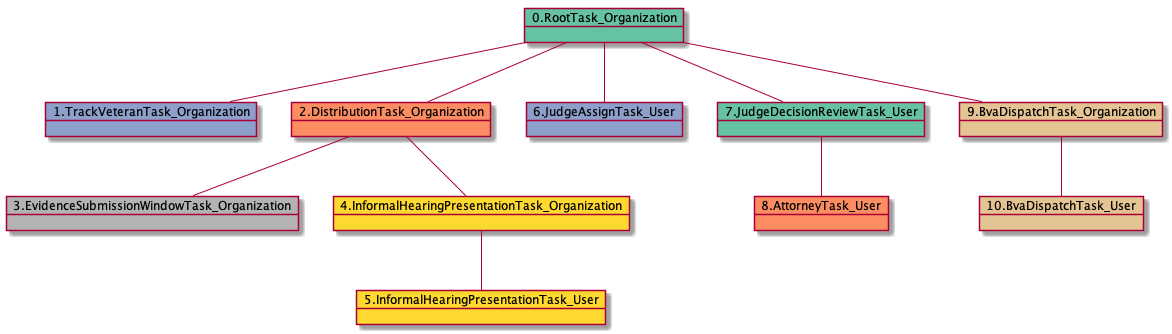
yoomlam/graphing keeps this PlantUML diagram as docs-ES/uml/RTO.TVTO.DTO.ESWTO.IHPTO.IHPTU.JATU.JDRTU.ATU-15370.png. Above is the earlier version. Source of this version:
```plantuml
@startuml
object 0.RootTask_Organization #66c2a5
object 1.TrackVeteranTask_Organization #8da0cb
object 2.DistributionTask_Organization #fc8d62
object 3.EvidenceSubmissionWindowTask_Organization #b3b3b3
object 4.InformalHearingPresentationTask_Organization #ffd92f
object 5.InformalHearingPresentationTask_User #ffd92f
object 6.JudgeAssignTask_User #8da0cb
object 7.JudgeDecisionReviewTask_User #66c2a5
object 8.AttorneyTask_User #fc8d62
object 9.BvaDispatchTask_Organization #e5c494
object 10.BvaDispatchTask_User #e5c494
0.RootTask_Organization -- 1.TrackVeteranTask_Organization
0.RootTask_Organization -- 2.DistributionTask_Organization
2.DistributionTask_Organization -- 3.EvidenceSubmissionWindowTask_Organization
2.DistributionTask_Organization -- 4.InformalHearingPresentationTask_Organization
4.InformalHearingPresentationTask_Organization -- 5.InformalHearingPresentationTask_User
0.RootTask_Organization -- 6.JudgeAssignTask_User
0.RootTask_Organization -- 7.JudgeDecisionReviewTask_User
7.JudgeDecisionReviewTask_User -- 8.AttorneyTask_User
0.RootTask_Organization -- 9.BvaDispatchTask_Organization
9.BvaDispatchTask_Organization -- 10.BvaDispatchTask_User
@enduml
```
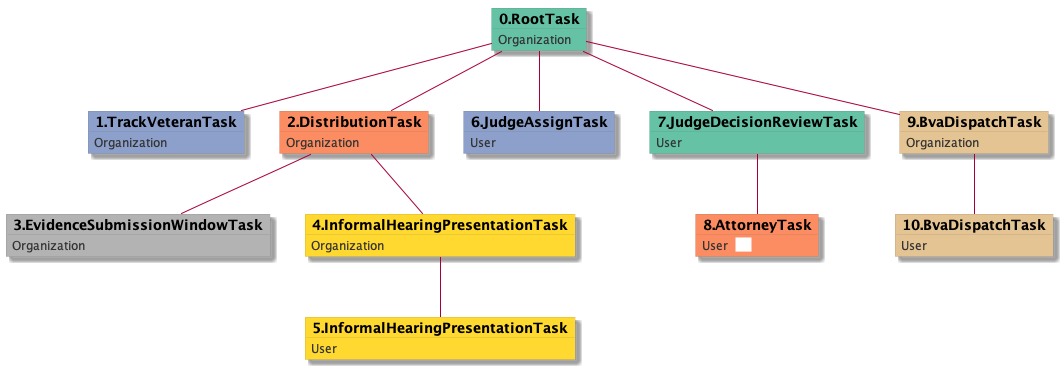
Above is the later version.

What changed in the source:
```diff
@@ -1,23 +1,53 @@
 @startuml
-object 0.RootTask_Organization #66c2a5
-object 1.TrackVeteranTask_Organization #8da0cb
-object 2.DistributionTask_Organization #fc8d62
-object 3.EvidenceSubmissionWindowTask_Organization #b3b3b3
-object 4.InformalHearingPresentationTask_Organization #ffd92f
-object 5.InformalHearingPresentationTask_User #ffd92f
-object 6.JudgeAssignTask_User #8da0cb
-object 7.JudgeDecisionReviewTask_User #66c2a5
-object 8.AttorneyTask_User #fc8d62
-object 9.BvaDispatchTask_Organization #e5c494
-object 10.BvaDispatchTask_User #e5c494
-0.RootTask_Organization -- 1.TrackVeteranTask_Organization
-0.RootTask_Organization -- 2.DistributionTask_Organization
-2.DistributionTask_Organization -- 3.EvidenceSubmissionWindowTask_Organization
-2.DistributionTask_Organization -- 4.InformalHearingPresentationTask_Organization
-4.InformalHearingPresentationTask_Organization -- 5.InformalHearingPresentationTask_User
-0.RootTask_Organization -- 6.JudgeAssignTask_User
-0.RootTask_Organization -- 7.JudgeDecisionReviewTask_User
-7.JudgeDecisionReviewTask_User -- 8.AttorneyTask_User
-0.RootTask_Organization -- 9.BvaDispatchTask_Organization
-9.BvaDispatchTask_Organization -- 10.BvaDispatchTask_User
+skinparam {
+  ObjectBorderColor #555
+  ObjectBorderThickness 0
+  ObjectFontStyle bold
+  ObjectFontSize 14
+  ObjectAttributeFontColor #333
+  ObjectAttributeFontSize 12
+}
+  object 0.RootTask #66c2a5 {
+Organization
+}
+  object 1.TrackVeteranTask #8da0cb {
+Organization
+}
+  object 2.DistributionTask #fc8d62 {
+Organization
+}
+  object 3.EvidenceSubmissionWindowTask #b3b3b3 {
+Organization
+}
+  object 4.InformalHearingPresentationTask #ffd92f {
+Organization
+}
+  object 5.InformalHearingPresentationTask #ffd92f {
+User
+}
+  object 6.JudgeAssignTask #8da0cb {
+User
+}
+  object 7.JudgeDecisionReviewTask #66c2a5 {
+User
+}
+  object 8.AttorneyTask #fc8d62 {
+User  <back:white>    </back>
+}
+  object 9.BvaDispatchTask #e5c494 {
+Organization
+}
+  object 10.BvaDispatchTask #e5c494 {
+User
+}
+0.RootTask -- 1.TrackVeteranTask
+0.RootTask -- 2.DistributionTask
+2.DistributionTask -- 3.EvidenceSubmissionWindowTask
+2.DistributionTask -- 4.InformalHearingPresentationTask
+4.InformalHearingPresentationTask -- 5.InformalHearingPresentationTask
+0.RootTask -- 6.JudgeAssignTask
+0.RootTask -- 7.JudgeDecisionReviewTask
+7.JudgeDecisionReviewTask -- 8.AttorneyTask
+0.RootTask -- 9.BvaDispatchTask
+9.BvaDispatchTask -- 10.BvaDispatchTask
 @enduml
```
